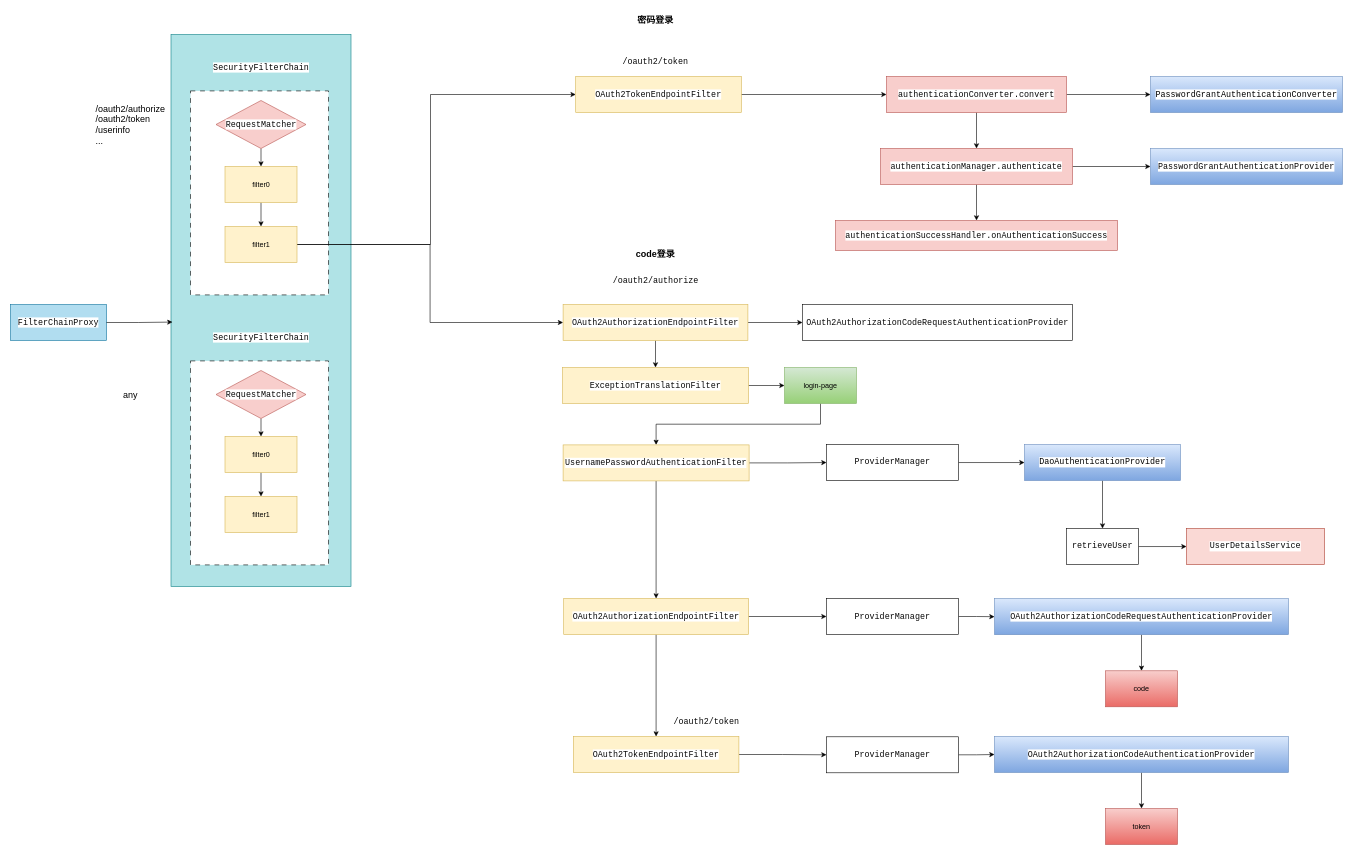
This is drawio/spring-security.drawio from develop-assistant/diagrams, a draw.io file, before an edit. Source tidied: cells renumbered, new cells numbered last; positions are measured from the earlier drawing's top-left corner, leaving out a move shared by most shapes. Both pictures are drawn from the tidied source at 60%, with x=0, y=0 at pixel (10, 10).
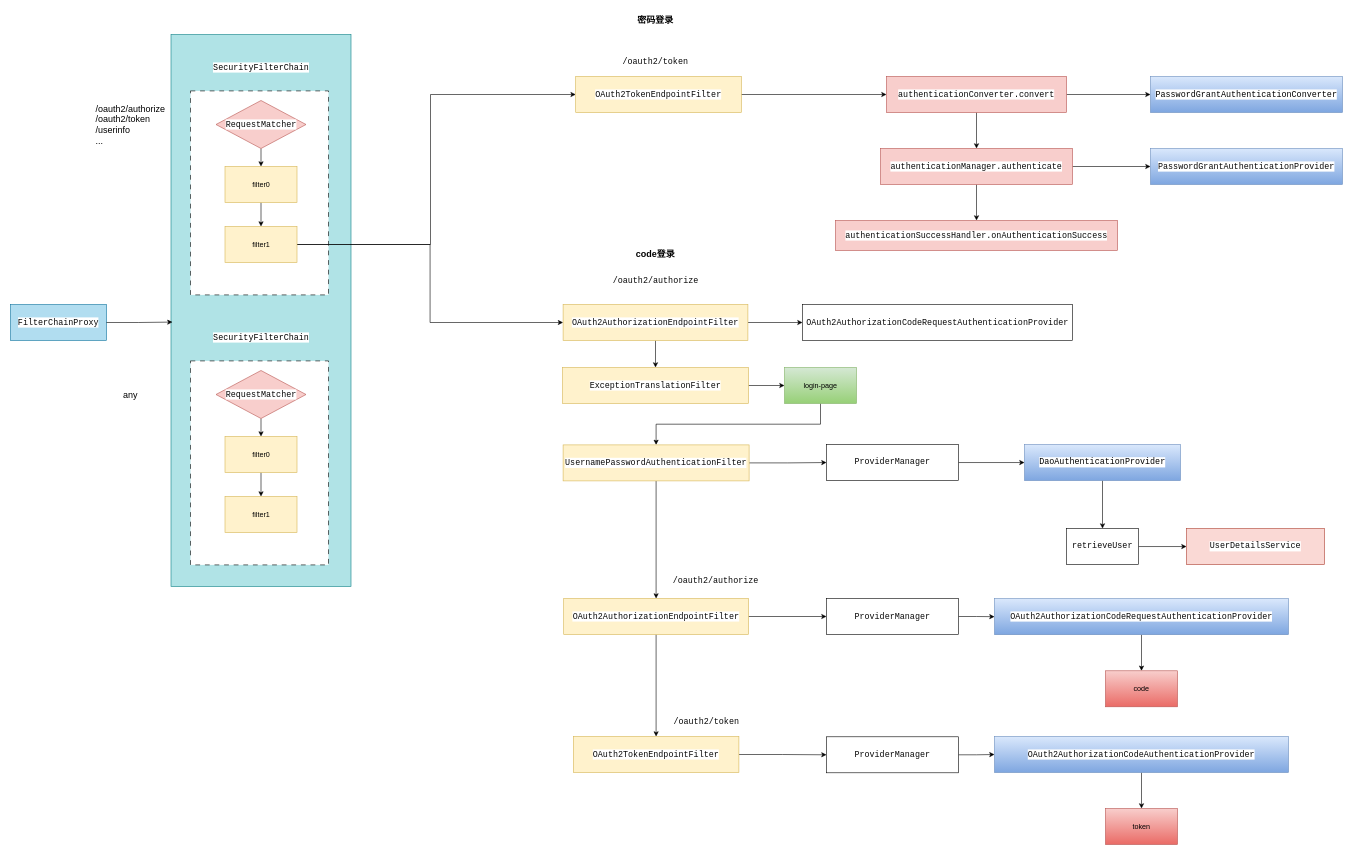
After the change.

Diff of the diagram source:
```diff
@@
+    <mxCell id="72" value="&lt;pre style=&quot;background-color:#ffffff;color:#080808;font-family:'JetBrains Mono',monospace;font-size:10.5pt;&quot;&gt;/oauth2/authorize&lt;/pre&gt;" style="text;html=1;align=center;verticalAlign=middle;strokeColor=none;fillColor=none;" parent="1" vertex="1">
+      <mxGeometry x="1090" y="920" width="170" height="60" as="geometry" />
+    </mxCell>
```
